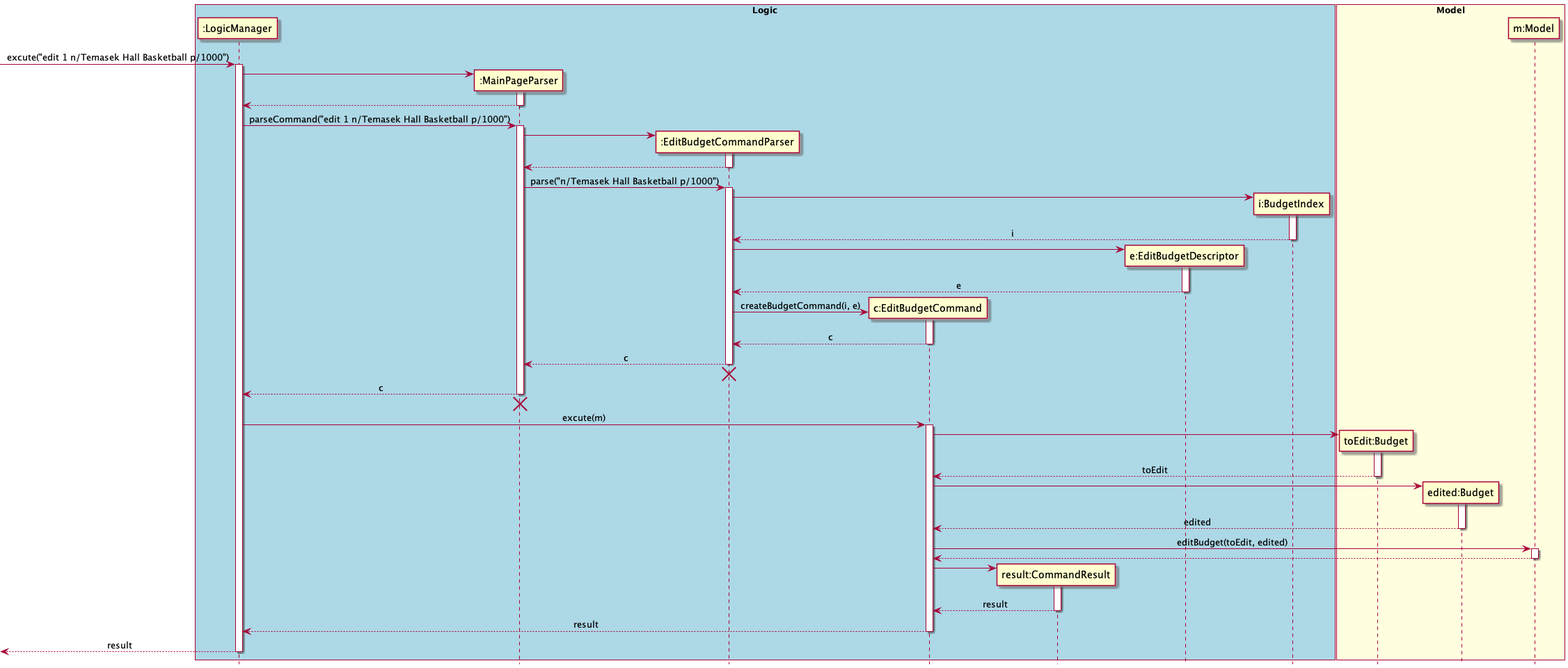
The PlantUML diagram docs/diagrams/commandsPlantUML/diagram/EditBudgetCommand.png in yu-ming-chen/tp, before a commit.
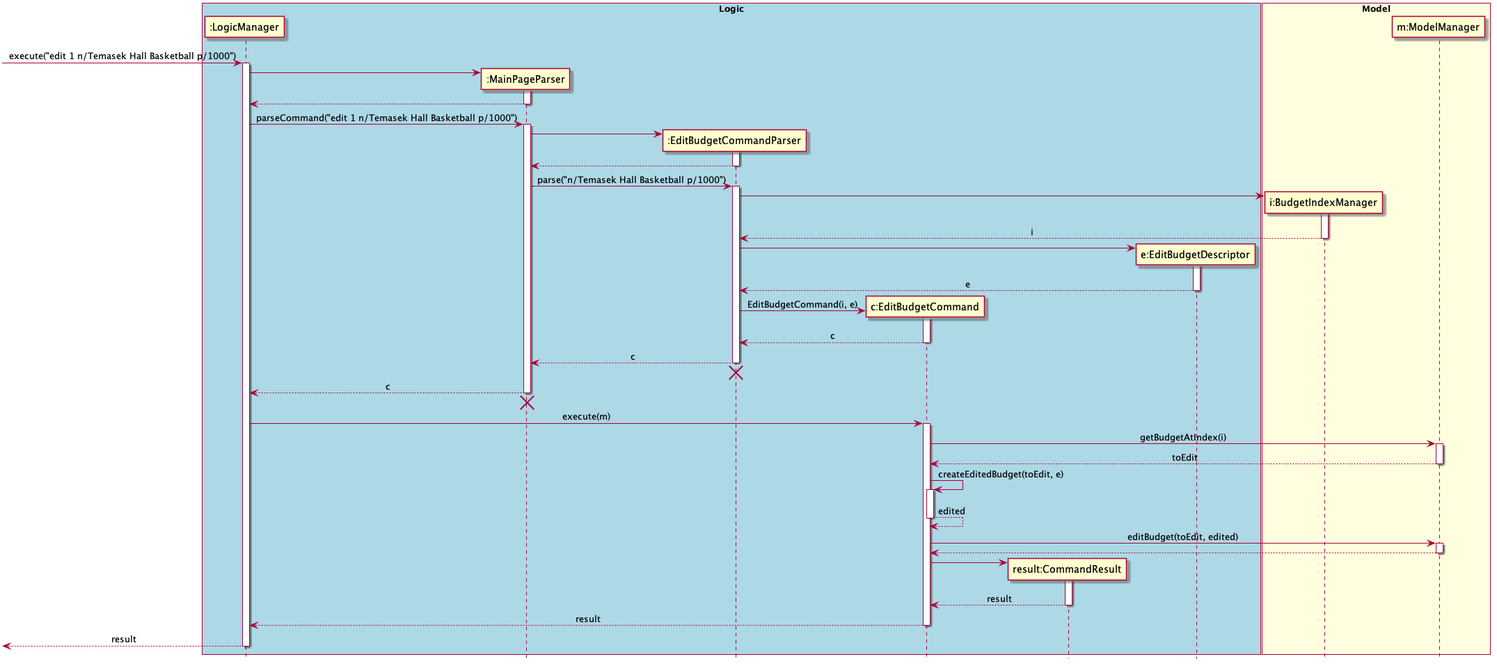
The same file after the commit.

The edit, as a diff of the source:
```diff
@@ -10,16 +10,14 @@
 participant "c:EditBudgetCommand" as EBC
 participant "result:CommandResult" as CR
 participant "e:EditBudgetDescriptor" as EBD
-participant "i:BudgetIndex" as BI
 end box
 
 box "Model" #LightYellow
-participant "toEdit:Budget" as toEditBudget
-participant "edited:Budget" as editedBudget
-participant "m:Model" as M
+participant "i:BudgetIndexManager" as BI
+participant "m:ModelManager" as M
 end box
 
-[-> LM : excute("edit 1 n/Temasek Hall Basketball p/1000")
+[-> LM : execute("edit 1 n/Temasek Hall Basketball p/1000")
 activate LM
 create MPP
 LM -> MPP
@@ -50,7 +48,7 @@
 deactivate EBD
 
 create EBC
-EBCP -> EBC : createBudgetCommand(i, e)
+EBCP -> EBC : EditBudgetCommand(i, e)
 activate EBC
 EBCP <-- EBC : c
 deactivate EBC
@@ -65,20 +63,19 @@
 LM <-[hidden]- MPP
 destroy MPP
 
-LM -> EBC: excute(m)
+LM -> EBC: execute(m)
 
 activate EBC
-create toEditBudget
-EBC -> toEditBudget
-activate toEditBudget
-EBC <-- toEditBudget : toEdit
-deactivate toEditBudget
+EBC -> M: getBudgetAtIndex(i)
+activate M
+EBC <-- M : toEdit
+deactivate M
 
-create editedBudget
-EBC -> editedBudget
-activate editedBudget
-EBC <-- editedBudget : edited
-deactivate editedBudget
+
+EBC -> EBC: createEditedBudget(toEdit, e)
+activate EBC
+EBC <-- EBC: edited
+deactivate EBC
 
 EBC -> M : editBudget(toEdit, edited)
 activate M
```
